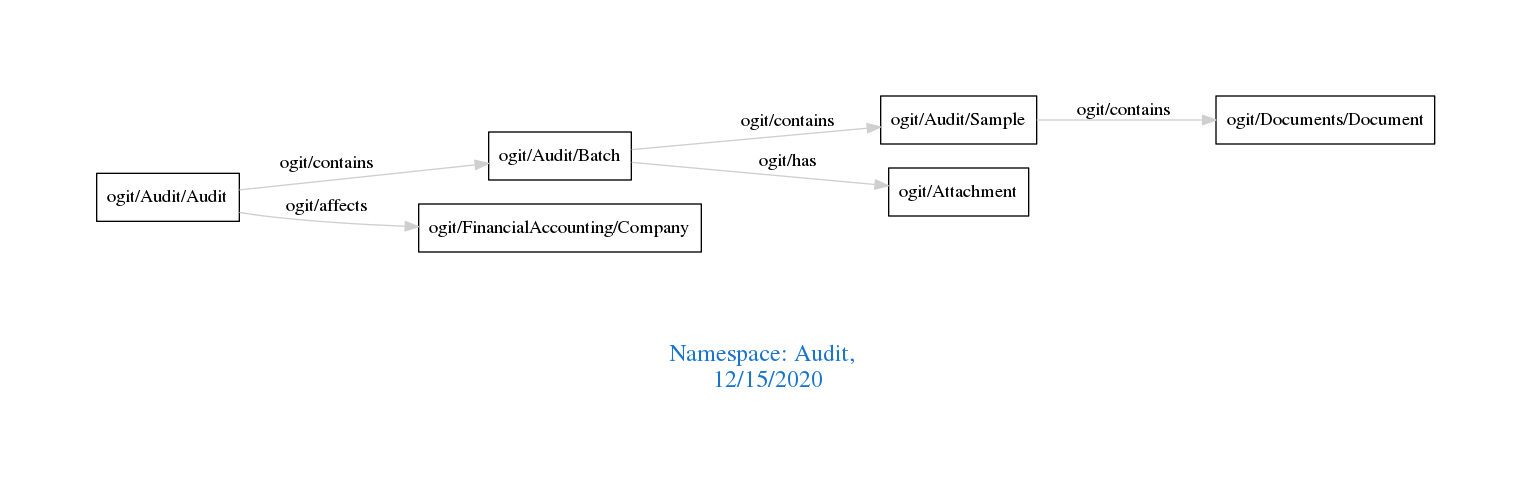
arago/OGIT keeps this Graphviz diagram as downloads/Audit.png. Above is the earlier version. Its source is kept beside it as downloads/Audit.dot.
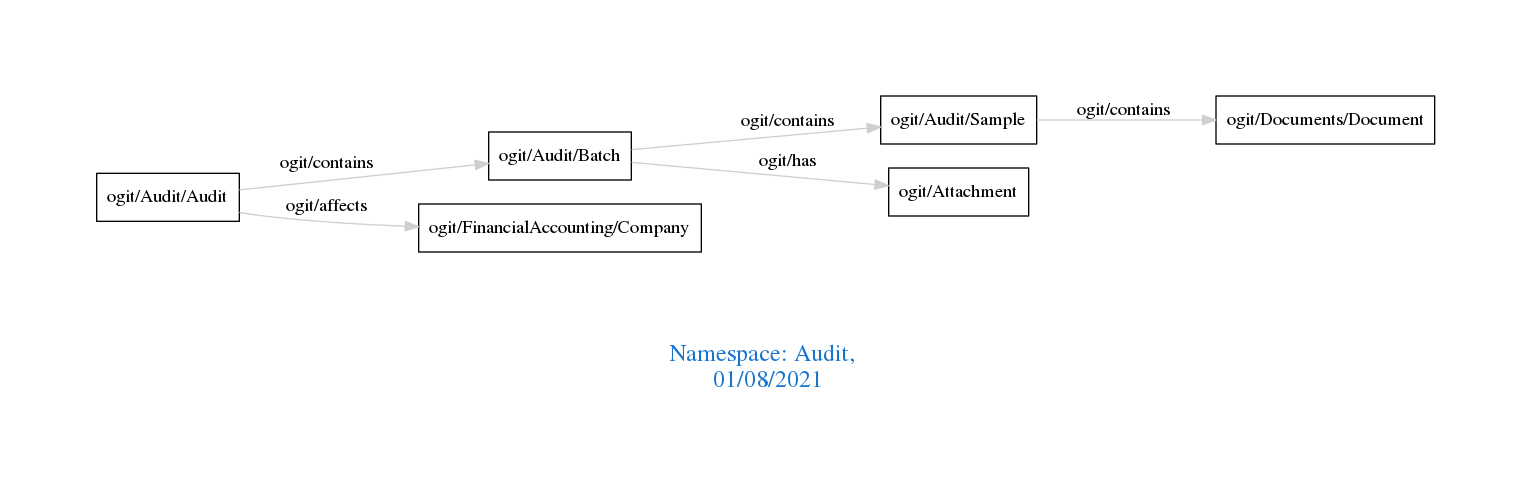
Above is the later version.

Change to the diagram source:
```diff
@@ -1,7 +1,7 @@
 digraph OGIT_ontology {
  graph [ rankdir= LR,pad=1
 fontsize = 18,
-fontcolor= dodgerblue3,label = "\n\n\nNamespace: Audit, \n 12/15/2020"];
+fontcolor= dodgerblue3,label = "\n\n\nNamespace: Audit, \n 01/08/2021"];
 node[shape=polygon];
 edge [  color="gray81"];
 
```
